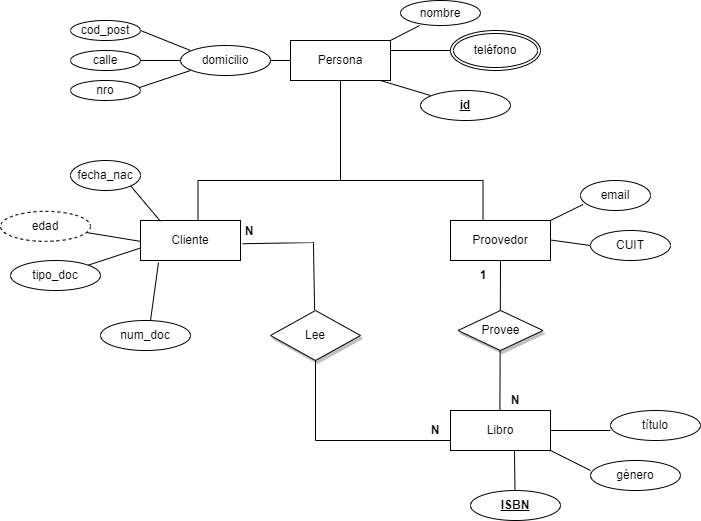
This is Biblioteca-segunda forma.png from franchin98/Diagramas, a draw.io export, as it was before one commit. Source tidied: cells renumbered, new cells last; positions are measured from the earlier drawing's top-left corner, leaving out a move shared by most shapes.
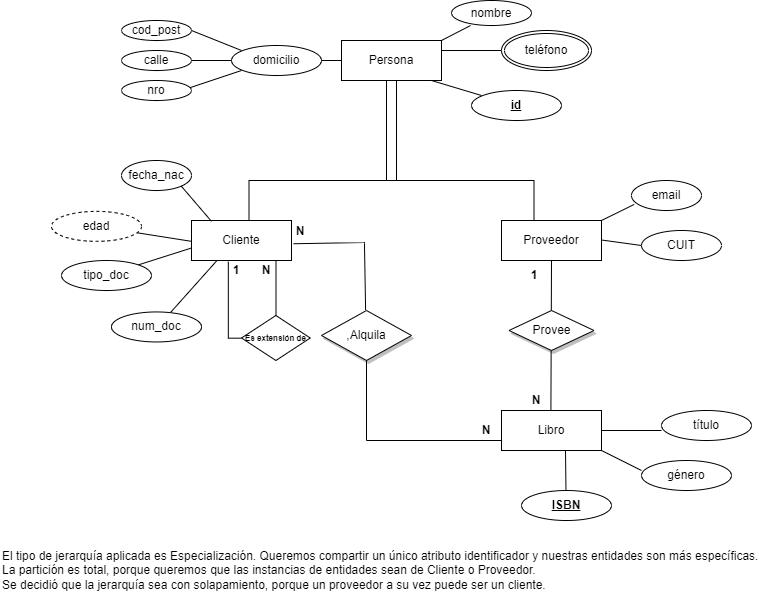
The same file after the commit.

Diff of the diagram source:
```diff
@@ -45,9 +45,9 @@
     <mxCell id="12" value="nombre" style="ellipse;whiteSpace=wrap;html=1;align=center;labelBackgroundColor=none;" parent="1" vertex="1">
       <mxGeometry x="400" width="80" height="25" as="geometry" />
     </mxCell>
-    <mxCell id="13" style="endArrow=none;html=1;rounded=0;entryX=0.18;entryY=1.05;entryDx=0;entryDy=0;entryPerimeter=0;labelBackgroundColor=none;fontColor=default;" parent="1" edge="1" target="17">
+    <mxCell id="13" style="endArrow=none;html=1;rounded=0;entryX=0.18;entryY=1.05;entryDx=0;entryDy=0;entryPerimeter=0;labelBackgroundColor=none;fontColor=default;exitX=0.656;exitY=0.018;exitDx=0;exitDy=0;exitPerimeter=0;" parent="1" edge="1" source="19">
       <mxGeometry relative="1" as="geometry">
-        <mxPoint x="150" y="320" as="sourcePoint" />
+        <mxPoint x="165.5" y="260" as="targetPoint" />
       </mxGeometry>
     </mxCell>
     <mxCell id="14" style="endArrow=none;html=1;rounded=0;exitX=0;exitY=0.5;exitDx=0;exitDy=0;entryX=1;entryY=0;entryDx=0;entryDy=0;labelBackgroundColor=none;fontColor=default;" parent="1" edge="1" target="18">
@@ -70,7 +70,7 @@
       <mxGeometry x="10" y="260" width="90" height="30" as="geometry" />
     </mxCell>
     <mxCell id="19" value="num_doc" style="ellipse;whiteSpace=wrap;html=1;align=center;labelBackgroundColor=none;" parent="1" vertex="1">
-      <mxGeometry x="100" y="320" width="90" height="30" as="geometry" />
+      <mxGeometry x="60" y="311.4" width="90" height="30" as="geometry" />
     </mxCell>
     <mxCell id="20" value="id" style="ellipse;whiteSpace=wrap;html=1;align=center;fontStyle=5;labelBackgroundColor=none;" parent="1" vertex="1">
       <mxGeometry x="420" y="90" width="90" height="30" as="geometry" />
@@ -81,7 +81,7 @@
         <mxPoint x="380" y="80" as="targetPoint" />
       </mxGeometry>
     </mxCell>
-    <mxCell id="22" value="Proovedor" style="whiteSpace=wrap;html=1;align=center;labelBackgroundColor=none;" parent="1" vertex="1">
+    <mxCell id="22" value="Proveedor" style="whiteSpace=wrap;html=1;align=center;labelBackgroundColor=none;" parent="1" vertex="1">
       <mxGeometry x="450" y="220" width="100" height="40" as="geometry" />
     </mxCell>
     <mxCell id="23" value="CUIT" style="ellipse;whiteSpace=wrap;html=1;align=center;labelBackgroundColor=none;" parent="1" vertex="1">
@@ -93,7 +93,7 @@
       </mxGeometry>
     </mxCell>
     <mxCell id="25" style="line;strokeWidth=1;direction=south;html=1;perimeter=backbonePerimeter;labelBackgroundColor=none;" parent="1" vertex="1">
-      <mxGeometry x="335" y="80" width="10" height="100" as="geometry" />
+      <mxGeometry x="340" y="80" width="10" height="100" as="geometry" />
     </mxCell>
     <mxCell id="26" value="Libro" style="whiteSpace=wrap;html=1;align=center;labelBackgroundColor=none;" parent="1" vertex="1">
       <mxGeometry x="450" y="410" width="100" height="40" as="geometry" />
@@ -127,7 +127,7 @@
     <mxCell id="33" style="shape=partialRectangle;whiteSpace=wrap;html=1;bottom=0;right=0;fillColor=none;rotation=-90;labelBackgroundColor=none;" parent="1" vertex="1">
       <mxGeometry x="340" y="330" width="85" height="135" as="geometry" />
     </mxCell>
-    <mxCell id="34" value="Lee" style="shape=rhombus;perimeter=rhombusPerimeter;whiteSpace=wrap;html=1;align=center;rounded=0;shadow=1;labelBackgroundColor=none;" parent="1" vertex="1">
+    <mxCell id="34" value=",Alquila" style="shape=rhombus;perimeter=rhombusPerimeter;whiteSpace=wrap;html=1;align=center;rounded=0;shadow=1;labelBackgroundColor=none;" parent="1" vertex="1">
       <mxGeometry x="270" y="310" width="90" height="50" as="geometry" />
     </mxCell>
     <mxCell id="35" style="shape=partialRectangle;whiteSpace=wrap;html=1;bottom=0;right=0;fillColor=none;rotation=89;labelBackgroundColor=none;" parent="1" vertex="1">
@@ -167,7 +167,7 @@
       <mxGeometry x="450" y="30" width="90" height="40" as="geometry" />
     </mxCell>
     <mxCell id="45" value="N" style="text;html=1;strokeColor=none;fillColor=none;align=center;verticalAlign=middle;whiteSpace=wrap;rounded=0;fontStyle=1;labelBackgroundColor=none;" parent="1" vertex="1">
-      <mxGeometry x="490" y="390" width="50" height="20" as="geometry" />
+      <mxGeometry x="460" y="390" width="50" height="20" as="geometry" />
     </mxCell>
     <mxCell id="46" value="1" style="text;html=1;strokeColor=none;fillColor=none;align=center;verticalAlign=middle;whiteSpace=wrap;rounded=0;fontStyle=1;labelBackgroundColor=none;" parent="1" vertex="1">
       <mxGeometry x="457.5" y="260" width="50" height="30" as="geometry" />
@@ -180,5 +180,29 @@
         <mxPoint x="550" y="220" as="sourcePoint" />
       </mxGeometry>
     </mxCell>
+    <mxCell id="49" style="endArrow=none;html=1;rounded=0;" parent="1" edge="1">
+      <mxGeometry relative="1" as="geometry">
+        <mxPoint x="224.5" y="318.6" as="sourcePoint" />
+        <mxPoint x="224.5" y="260" as="targetPoint" />
+      </mxGeometry>
+    </mxCell>
+    <mxCell id="50" value="&lt;font style=&quot;font-size: 8px;&quot;&gt;Es extensión de&lt;/font&gt;" style="shape=rhombus;perimeter=rhombusPerimeter;whiteSpace=wrap;html=1;align=center;fontSize=8;fontStyle=1;" parent="1" vertex="1">
+      <mxGeometry x="190" y="315" width="68.8" height="45" as="geometry" />
+    </mxCell>
+    <mxCell id="51" style="shape=partialRectangle;whiteSpace=wrap;html=1;bottom=0;right=0;fillColor=none;rotation=-90;" parent="1" vertex="1">
+      <mxGeometry x="145" y="293" width="76.5" height="12.9" as="geometry" />
+    </mxCell>
+    <mxCell id="52" value="1" style="text;html=1;strokeColor=none;fillColor=none;align=center;verticalAlign=middle;whiteSpace=wrap;rounded=0;fontStyle=1;labelBackgroundColor=none;" parent="1" vertex="1">
+      <mxGeometry x="160.2" y="255" width="50" height="30" as="geometry" />
+    </mxCell>
+    <mxCell id="53" value="N" style="text;html=1;strokeColor=none;fillColor=none;align=center;verticalAlign=middle;whiteSpace=wrap;rounded=0;fontStyle=1;labelBackgroundColor=none;" parent="1" vertex="1">
+      <mxGeometry x="190" y="260" width="50" height="20" as="geometry" />
+    </mxCell>
+    <mxCell id="54" value="El tipo de jerarquía aplicada es Especialización. Queremos compartir un único atributo identificador y nuestras entidades son más específicas.&lt;br&gt;La partición es total, porque queremos que las instancias de entidades sean de Cliente o Proveedor.&amp;nbsp;&lt;br&gt;Se decidió que la jerarquía sea con solapamiento, porque un proveedor a su vez puede ser un cliente.&amp;nbsp;" style="text;html=1;strokeColor=none;fillColor=none;align=left;verticalAlign=middle;whiteSpace=wrap;rounded=0;" parent="1" vertex="1">
+      <mxGeometry x="-51" y="540" width="772" height="60" as="geometry" />
+    </mxCell>
+    <mxCell id="55" style="line;strokeWidth=1;direction=south;html=1;perimeter=backbonePerimeter;labelBackgroundColor=none;" parent="1" vertex="1">
+      <mxGeometry x="330" y="80" width="10" height="100" as="geometry" />
+    </mxCell>
   </root>
 </mxGraphModel>
```
